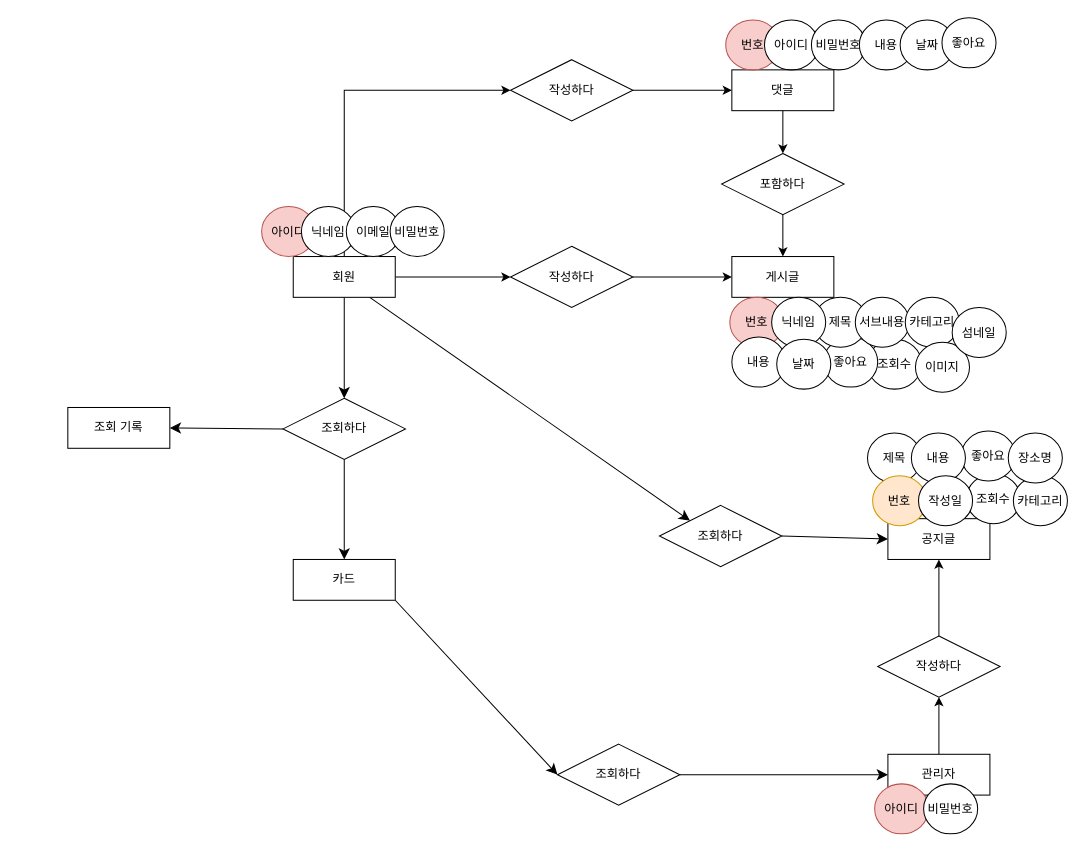
The draw.io diagram 2조_홀로데이_EDR.drawio in 2023240298-ctrl/semi-project-holoday, before the edit. Source tidied: cells renumbered, new cells numbered last; positions are measured from the earlier drawing's top-left corner, leaving out a move shared by most shapes. Both pictures are drawn from the tidied source at 102%, with x=0, y=0 at pixel (67, 17).
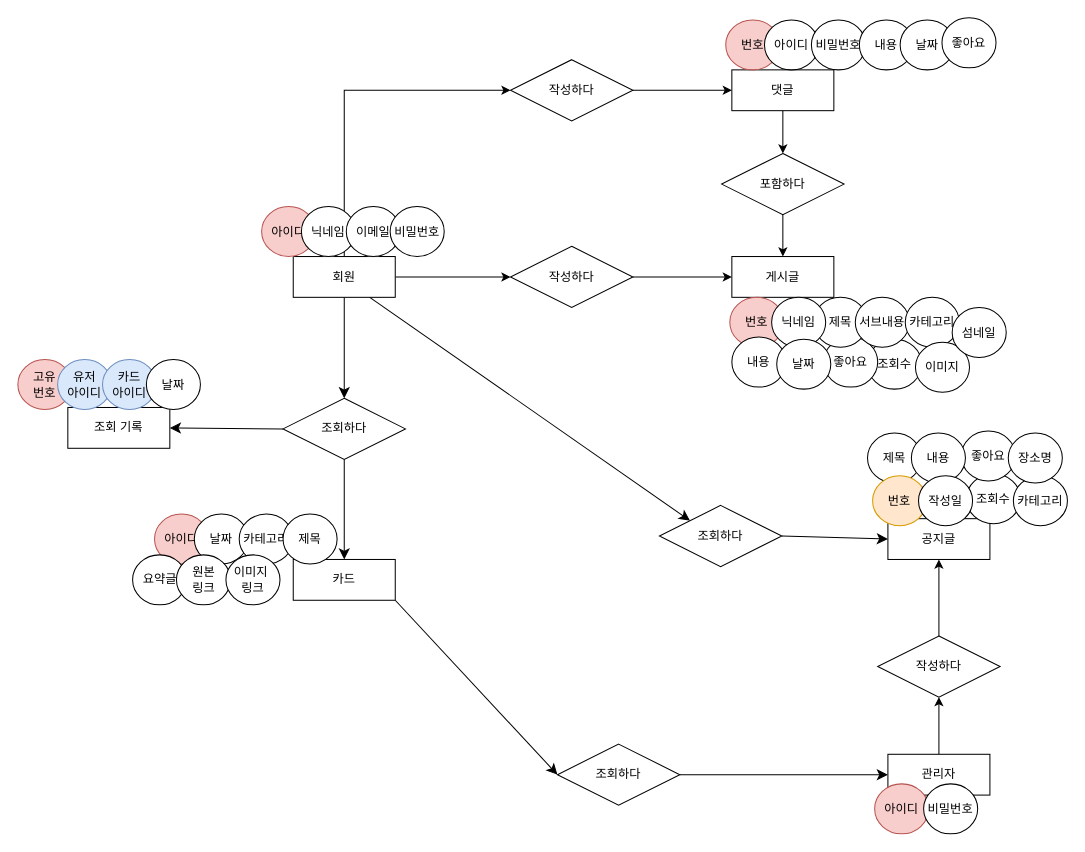
After the change.

Commit message (it also covers changes not shown here):
2조_홀로데이_EDR.drawio 업데이트

The edit, as a diff of the source:
```diff
@@
+    <mxCell id="62" value="고유&lt;div&gt;번호&lt;/div&gt;" style="ellipse;whiteSpace=wrap;html=1;align=center;fillColor=#f8cecc;strokeColor=#b85450;" parent="1" vertex="1">
+      <mxGeometry x="-49" y="335" width="53" height="49" as="geometry" />
+    </mxCell>
+    <mxCell id="63" value="유저&lt;div&gt;아이디&lt;/div&gt;" style="ellipse;whiteSpace=wrap;html=1;align=center;fillColor=#dae8fc;strokeColor=#6c8ebf;" parent="1" vertex="1">
+      <mxGeometry x="-10" y="335" width="53" height="49" as="geometry" />
+    </mxCell>
+    <mxCell id="64" value="카드&lt;div&gt;아이디&lt;/div&gt;" style="ellipse;whiteSpace=wrap;html=1;align=center;fillColor=#dae8fc;strokeColor=#6c8ebf;" parent="1" vertex="1">
+      <mxGeometry x="34" y="335" width="53" height="49" as="geometry" />
+    </mxCell>
+    <mxCell id="65" value="날짜" style="ellipse;whiteSpace=wrap;html=1;align=center;" parent="1" vertex="1">
+      <mxGeometry x="77" y="335" width="53" height="49" as="geometry" />
+    </mxCell>
+    <mxCell id="66" value="아이디" style="ellipse;whiteSpace=wrap;html=1;align=center;fillColor=#f8cecc;strokeColor=#b85450;" parent="1" vertex="1">
+      <mxGeometry x="85" y="486.5" width="53" height="49" as="geometry" />
+    </mxCell>
+    <mxCell id="67" value="날짜" style="ellipse;whiteSpace=wrap;html=1;align=center;" parent="1" vertex="1">
+      <mxGeometry x="124" y="486.5" width="53" height="49" as="geometry" />
+    </mxCell>
+    <mxCell id="68" value="카테고리" style="ellipse;whiteSpace=wrap;html=1;align=center;" parent="1" vertex="1">
+      <mxGeometry x="168" y="486.5" width="53" height="49" as="geometry" />
+    </mxCell>
+    <mxCell id="69" value="제목" style="ellipse;whiteSpace=wrap;html=1;align=center;" parent="1" vertex="1">
+      <mxGeometry x="211" y="486.5" width="53" height="49" as="geometry" />
+    </mxCell>
+    <mxCell id="70" value="요약글" style="ellipse;whiteSpace=wrap;html=1;align=center;" parent="1" vertex="1">
+      <mxGeometry x="63.5" y="526.5" width="53" height="49" as="geometry" />
+    </mxCell>
+    <mxCell id="71" value="원본&lt;div&gt;링크&lt;/div&gt;" style="ellipse;whiteSpace=wrap;html=1;align=center;" parent="1" vertex="1">
+      <mxGeometry x="106.5" y="526.5" width="53" height="49" as="geometry" />
+    </mxCell>
+    <mxCell id="72" value="이미지&amp;nbsp;&lt;div&gt;링크&lt;/div&gt;" style="ellipse;whiteSpace=wrap;html=1;align=center;" parent="1" vertex="1">
+      <mxGeometry x="155" y="526.5" width="53" height="49" as="geometry" />
+    </mxCell>
```
